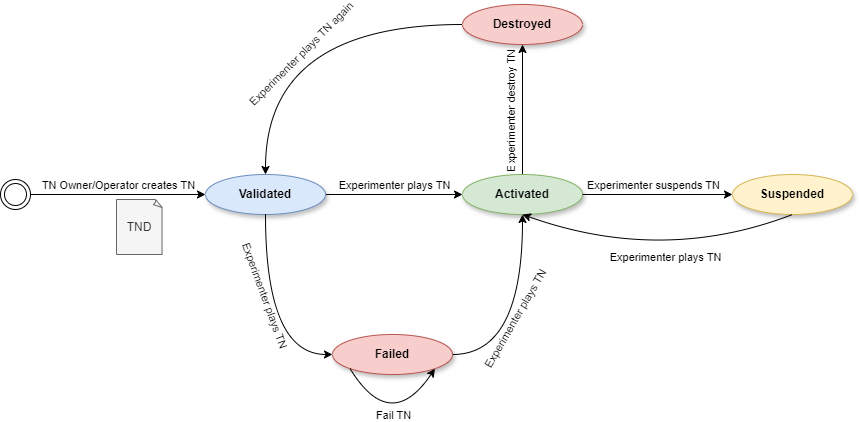
Before: docs/static/stateMachine.png, a diagram exported from draw.io (6G-SANDBOX/TNLCM). Source tidied: cells renumbered, new cells last; positions are measured from the earlier drawing's top-left corner, leaving out a move shared by most shapes.
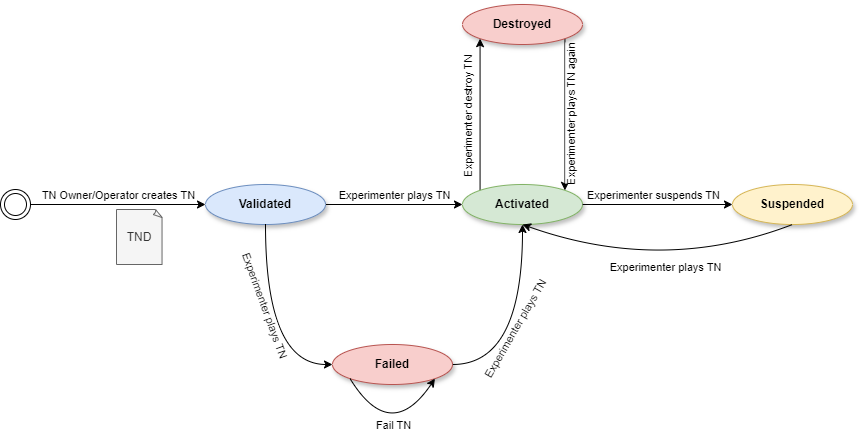
Later version of the same file.

Change to the diagram source:
```diff
@@ -2,7 +2,7 @@
   <root>
     <mxCell id="0" />
     <mxCell id="1" parent="0" />
-    <mxCell id="2" style="edgeStyle=orthogonalEdgeStyle;rounded=0;jettySize=auto;html=1;" parent="1" edge="1" source="4" target="20">
+    <mxCell id="2" style="edgeStyle=orthogonalEdgeStyle;rounded=0;jettySize=auto;html=1;entryX=0;entryY=1;entryDx=0;entryDy=0;exitX=0;exitY=0;exitDx=0;exitDy=0;" parent="1" edge="1" source="4" target="20">
       <mxGeometry relative="1" as="geometry" />
     </mxCell>
     <mxCell id="3" value="Experimenter destroy TN" style="edgeLabel;html=1;align=center;verticalAlign=middle;rotation=-90;" parent="2" vertex="1">
@@ -70,8 +70,16 @@
         <mxPoint x="2" y="26" as="offset" />
       </mxGeometry>
     </mxCell>
+    <mxCell id="25" style="edgeStyle=orthogonalEdgeStyle;rounded=0;jettySize=auto;html=1;entryX=1;entryY=0;entryDx=0;entryDy=0;exitX=1;exitY=1;exitDx=0;exitDy=0;" parent="1" edge="1" source="20" target="4">
+      <mxGeometry relative="1" as="geometry" />
+    </mxCell>
+    <mxCell id="24" value="Experimenter plays TN again" style="edgeLabel;html=1;align=center;verticalAlign=middle;rotation=-90;" parent="25" vertex="1">
+      <mxGeometry x="-0.11" y="-2" relative="1" as="geometry">
+        <mxPoint x="8" y="9" as="offset" />
+      </mxGeometry>
+    </mxCell>
     <mxCell id="20" value="&lt;b&gt;Destroyed&lt;/b&gt;" style="ellipse;whiteSpace=wrap;html=1;shadow=1;fillColor=#f8cecc;strokeColor=#b85450;" parent="1" vertex="1">
-      <mxGeometry x="462" width="120" height="40" as="geometry" />
+      <mxGeometry x="462" y="-10" width="120" height="40" as="geometry" />
     </mxCell>
     <mxCell id="21" style="endArrow=classic;html=1;rounded=0;exitX=0;exitY=1;exitDx=0;exitDy=0;entryX=1;entryY=1;entryDx=0;entryDy=0;edgeStyle=orthogonalEdgeStyle;curved=1;" parent="1" edge="1" source="17" target="17">
       <mxGeometry relative="1" as="geometry">
@@ -85,13 +93,5 @@
         <mxPoint y="12" as="offset" />
       </mxGeometry>
     </mxCell>
-    <mxCell id="23" style="endArrow=classic;html=1;rounded=0;exitX=0;exitY=0.5;exitDx=0;exitDy=0;entryX=0.5;entryY=0;entryDx=0;entryDy=0;edgeStyle=orthogonalEdgeStyle;curved=1;" parent="1" edge="1" source="20" target="6">
-      <mxGeometry relative="1" as="geometry" />
-    </mxCell>
-    <mxCell id="24" value="Experimenter plays TN again" style="edgeLabel;html=1;align=center;verticalAlign=middle;rotation=-45;" parent="23" vertex="1">
-      <mxGeometry x="-0.11" y="40" relative="1" as="geometry">
-        <mxPoint x="-8" y="-10" as="offset" />
-      </mxGeometry>
-    </mxCell>
   </root>
 </mxGraphModel>
```
